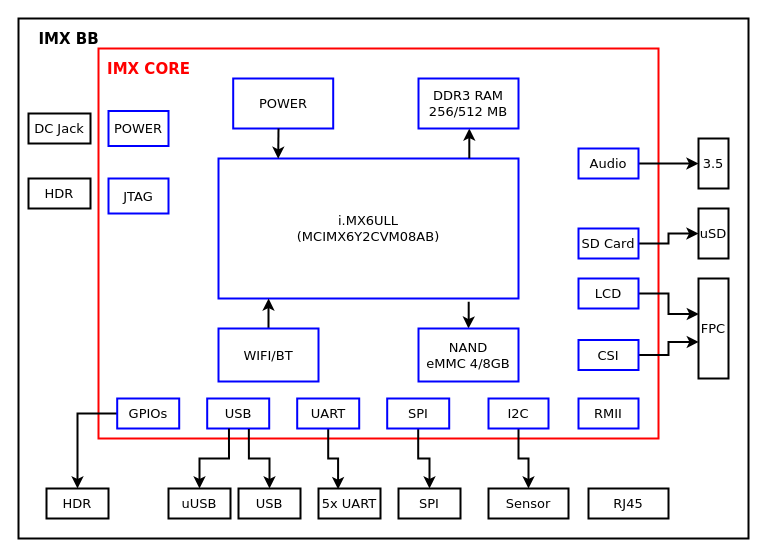
Before: IMX6ULL.drawio in anhvanthe/01_my_drawio, a draw.io diagram. Source tidied: cells renumbered, new cells numbered last; positions are measured from the earlier drawing's top-left corner, leaving out a move shared by most shapes. Both pictures are drawn from the tidied source at 100%, with x=0, y=0 at pixel (18, 18).
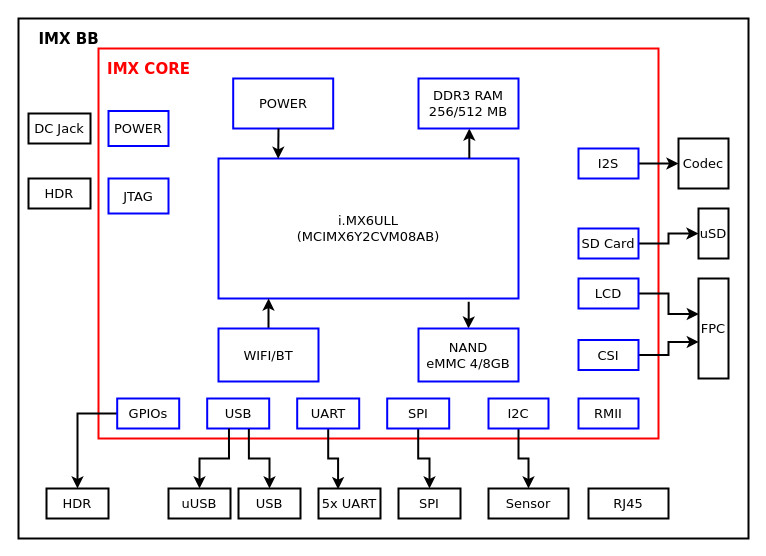
The same page after the edit.

Diff of the diagram source:
```diff
@@
-    <mxCell id="32" value="Audio" style="rounded=0;whiteSpace=wrap;html=1;strokeColor=#0000FF;strokeWidth=2;fillColor=none;gradientColor=none;fontFamily=Verdana;fontSize=13;" parent="1" vertex="1">
+    <mxCell id="32" value="I2S" style="rounded=0;whiteSpace=wrap;html=1;strokeColor=#0000FF;strokeWidth=2;fillColor=none;gradientColor=none;fontFamily=Verdana;fontSize=13;" parent="1" vertex="1">
       <mxGeometry x="560" y="130" width="60" height="30" as="geometry" />
     </mxCell>
@@
-    <mxCell id="45" value="3.5" style="rounded=0;whiteSpace=wrap;html=1;strokeColor=#000000;strokeWidth=2;fillColor=none;gradientColor=none;fontFamily=Verdana;fontSize=13;" parent="1" vertex="1">
-      <mxGeometry x="680" y="120" width="30" height="50" as="geometry" />
+    <mxCell id="45" value="Codec" style="rounded=0;whiteSpace=wrap;html=1;strokeColor=#000000;strokeWidth=2;fillColor=none;gradientColor=none;fontFamily=Verdana;fontSize=13;" parent="1" vertex="1">
+      <mxGeometry x="660" y="120" width="50" height="50" as="geometry" />
     </mxCell>
```
